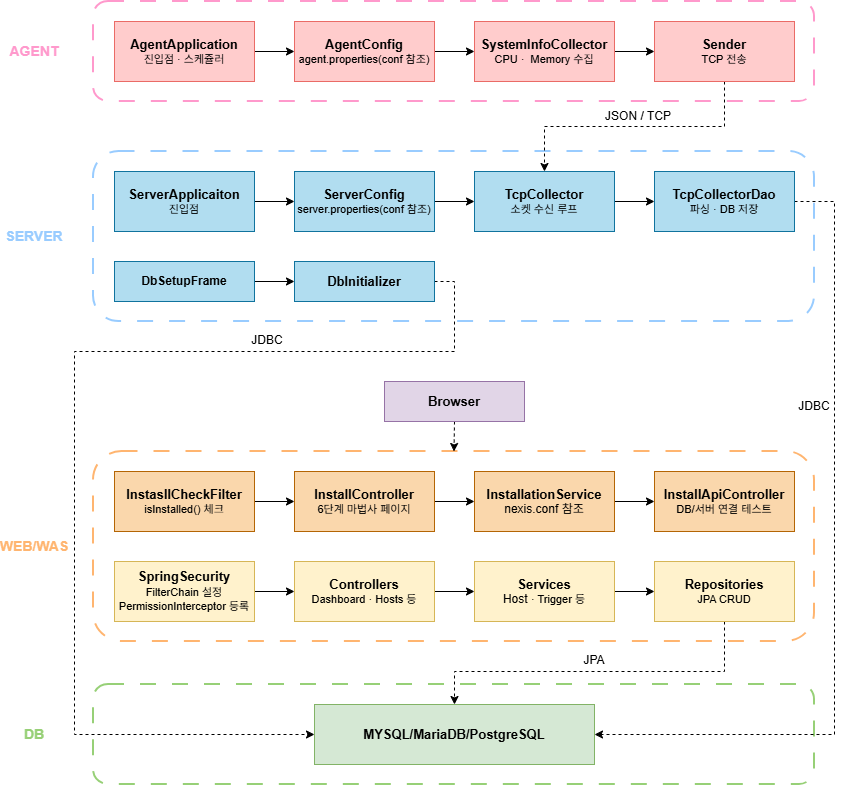
Before: assets/img/설계도.drawio.png, a diagram exported from draw.io (Hyein-Park-git/Portfolio). Source tidied: cells renumbered, new cells last; positions are measured from the earlier drawing's top-left corner, leaving out a move shared by most shapes.
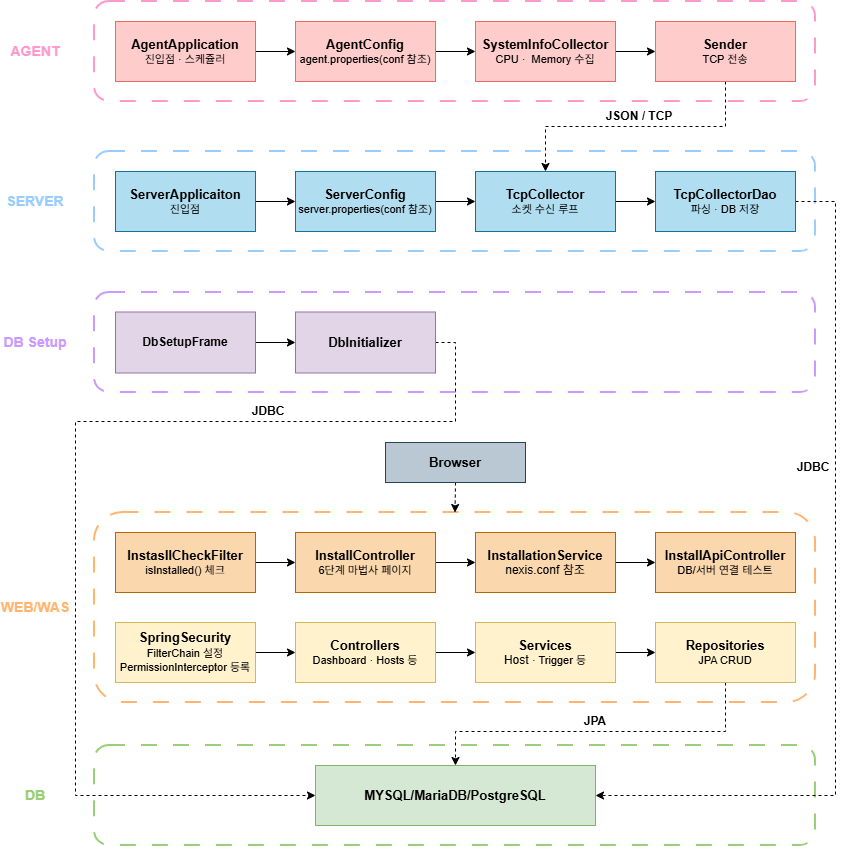
After the commit.

Change to the diagram source:
```diff
@@ -2,14 +2,17 @@
   <root>
     <mxCell id="0" />
     <mxCell id="1" parent="0" />
+    <mxCell id="52" style="rounded=1;whiteSpace=wrap;html=1;fillColor=none;dashed=1;strokeColor=#CC99FF;strokeWidth=2;dashPattern=8 8;" parent="1" vertex="1">
+      <mxGeometry x="89" y="291" width="721" height="100" as="geometry" />
+    </mxCell>
     <mxCell id="2" style="rounded=1;whiteSpace=wrap;html=1;fillColor=none;dashed=1;strokeColor=#97D077;strokeWidth=2;dashPattern=8 8;" parent="1" vertex="1">
-      <mxGeometry x="89" y="683" width="721" height="100" as="geometry" />
+      <mxGeometry x="89" y="744" width="721" height="100" as="geometry" />
     </mxCell>
     <mxCell id="3" style="rounded=1;whiteSpace=wrap;html=1;fillColor=none;dashed=1;strokeColor=#FFB570;strokeWidth=2;dashPattern=8 8;" parent="1" vertex="1">
-      <mxGeometry x="89" y="450" width="721" height="190" as="geometry" />
+      <mxGeometry x="89" y="511" width="721" height="190" as="geometry" />
     </mxCell>
     <mxCell id="4" style="rounded=1;whiteSpace=wrap;html=1;fillColor=none;dashed=1;strokeColor=#99CCFF;strokeWidth=2;dashPattern=8 8;" parent="1" vertex="1">
-      <mxGeometry x="89" y="150" width="721" height="170" as="geometry" />
+      <mxGeometry x="89" y="150" width="721" height="100" as="geometry" />
     </mxCell>
     <mxCell id="5" style="rounded=1;whiteSpace=wrap;html=1;fillColor=none;dashed=1;strokeColor=#FF99CC;strokeWidth=2;dashPattern=8 8;" parent="1" vertex="1">
       <mxGeometry x="89" width="721" height="100" as="geometry" />
@@ -56,11 +59,11 @@
     <mxCell id="19" value="&lt;font style=&quot;font-size: 13px;&quot;&gt;&lt;b&gt;TcpCollector&lt;/b&gt;&lt;/font&gt;&lt;div&gt;&lt;font style=&quot;font-size: 11px;&quot;&gt;소켓 수신 루프&lt;/font&gt;&lt;/div&gt;" style="rounded=0;whiteSpace=wrap;html=1;fillColor=#b1ddf0;strokeColor=#10739e;" parent="1" vertex="1">
       <mxGeometry x="470" y="170" width="140" height="60" as="geometry" />
     </mxCell>
-    <mxCell id="20" style="edgeStyle=orthogonalEdgeStyle;rounded=0;jettySize=auto;html=1;exitX=1;exitY=0.5;exitDx=0;exitDy=0;entryX=1;entryY=0.5;entryDx=0;entryDy=0;dashed=1;" parent="1" edge="1" source="21" target="43">
+    <mxCell id="20" style="edgeStyle=orthogonalEdgeStyle;rounded=0;jettySize=auto;html=1;exitX=1;exitY=0.5;exitDx=0;exitDy=0;entryX=1;entryY=0.5;entryDx=0;entryDy=0;dashed=1;entryPerimeter=0;" parent="1" edge="1" source="21" target="43">
       <mxGeometry relative="1" as="geometry">
         <Array as="points">
           <mxPoint x="830" y="200" />
-          <mxPoint x="830" y="733" />
+          <mxPoint x="830" y="794" />
         </Array>
       </mxGeometry>
     </mxCell>
@@ -70,106 +73,109 @@
     <mxCell id="22" style="edgeStyle=orthogonalEdgeStyle;rounded=0;jettySize=auto;html=1;exitX=1;exitY=0.5;exitDx=0;exitDy=0;entryX=0;entryY=0.5;entryDx=0;entryDy=0;" parent="1" edge="1" source="23" target="25">
       <mxGeometry relative="1" as="geometry" />
     </mxCell>
-    <mxCell id="23" value="&lt;b&gt;DbSetupFrame&lt;/b&gt;" style="rounded=0;whiteSpace=wrap;html=1;fillColor=#b1ddf0;strokeColor=#10739e;" parent="1" vertex="1">
-      <mxGeometry x="110" y="260" width="140" height="40" as="geometry" />
+    <mxCell id="23" value="&lt;b&gt;DbSetupFrame&lt;/b&gt;" style="rounded=0;whiteSpace=wrap;html=1;fillColor=#e1d5e7;strokeColor=#9673a6;" parent="1" vertex="1">
+      <mxGeometry x="110" y="310.5" width="140" height="61" as="geometry" />
     </mxCell>
     <mxCell id="24" style="edgeStyle=orthogonalEdgeStyle;rounded=0;jettySize=auto;html=1;exitX=1;exitY=0.5;exitDx=0;exitDy=0;dashed=1;entryX=0;entryY=0.5;entryDx=0;entryDy=0;" parent="1" edge="1" source="25" target="43">
       <mxGeometry relative="1" as="geometry">
         <Array as="points">
-          <mxPoint x="450" y="280" />
-          <mxPoint x="450" y="350" />
-          <mxPoint x="70" y="350" />
-          <mxPoint x="70" y="733" />
+          <mxPoint x="450" y="341" />
+          <mxPoint x="450" y="420" />
+          <mxPoint x="70" y="420" />
+          <mxPoint x="70" y="794" />
         </Array>
       </mxGeometry>
     </mxCell>
-    <mxCell id="25" value="&lt;b&gt;&lt;font style=&quot;font-size: 13px;&quot;&gt;DbInitializer&lt;/font&gt;&lt;/b&gt;" style="rounded=0;whiteSpace=wrap;html=1;fillColor=#b1ddf0;strokeColor=#10739e;" parent="1" vertex="1">
-      <mxGeometry x="290" y="260" width="140" height="40" as="geometry" />
+    <mxCell id="25" value="&lt;b&gt;&lt;font style=&quot;font-size: 13px;&quot;&gt;DbInitializer&lt;/font&gt;&lt;/b&gt;" style="rounded=0;whiteSpace=wrap;html=1;fillColor=#e1d5e7;strokeColor=#9673a6;" parent="1" vertex="1">
+      <mxGeometry x="290" y="310.5" width="140" height="61" as="geometry" />
     </mxCell>
     <mxCell id="26" style="edgeStyle=orthogonalEdgeStyle;rounded=0;jettySize=auto;html=1;exitX=1;exitY=0.5;exitDx=0;exitDy=0;" parent="1" edge="1" source="27" target="31">
       <mxGeometry relative="1" as="geometry" />
     </mxCell>
     <mxCell id="27" value="&lt;b&gt;&lt;font style=&quot;font-size: 13px;&quot;&gt;InstasllCheckFilter&lt;/font&gt;&lt;/b&gt;&lt;div&gt;&lt;font style=&quot;font-size: 11px;&quot;&gt;isInstalled() 체크&lt;/font&gt;&lt;/div&gt;" style="rounded=0;whiteSpace=wrap;html=1;fillColor=#fad7ac;strokeColor=#b46504;" parent="1" vertex="1">
-      <mxGeometry x="110" y="470" width="140" height="60" as="geometry" />
+      <mxGeometry x="110" y="531" width="140" height="60" as="geometry" />
     </mxCell>
     <mxCell id="28" style="edgeStyle=orthogonalEdgeStyle;rounded=0;jettySize=auto;html=1;exitX=0.5;exitY=1;exitDx=0;exitDy=0;entryX=0.5;entryY=0;entryDx=0;entryDy=0;dashed=1;" parent="1" edge="1" source="29">
       <mxGeometry relative="1" as="geometry">
-        <mxPoint x="449.5" y="450" as="targetPoint" />
+        <mxPoint x="449.5" y="511" as="targetPoint" />
       </mxGeometry>
     </mxCell>
-    <mxCell id="29" value="&lt;b&gt;&lt;font style=&quot;font-size: 13px;&quot;&gt;Browser&lt;/font&gt;&lt;/b&gt;" style="rounded=0;whiteSpace=wrap;html=1;fillColor=#e1d5e7;strokeColor=#9673a6;" parent="1" vertex="1">
-      <mxGeometry x="380" y="380" width="140" height="40" as="geometry" />
+    <mxCell id="29" value="&lt;b&gt;&lt;font style=&quot;font-size: 13px;&quot;&gt;Browser&lt;/font&gt;&lt;/b&gt;" style="rounded=0;whiteSpace=wrap;html=1;fillColor=#bac8d3;strokeColor=#23445d;" parent="1" vertex="1">
+      <mxGeometry x="380" y="441" width="140" height="40" as="geometry" />
     </mxCell>
     <mxCell id="30" style="edgeStyle=orthogonalEdgeStyle;rounded=0;jettySize=auto;html=1;exitX=1;exitY=0.5;exitDx=0;exitDy=0;" parent="1" edge="1" source="31" target="33">
       <mxGeometry relative="1" as="geometry" />
     </mxCell>
     <mxCell id="31" value="&lt;b&gt;&lt;font style=&quot;font-size: 13px;&quot;&gt;InstallController&lt;/font&gt;&lt;/b&gt;&lt;div&gt;&lt;font style=&quot;font-size: 11px;&quot;&gt;6단계 마법사 페이지&lt;/font&gt;&lt;/div&gt;" style="rounded=0;whiteSpace=wrap;html=1;fillColor=#fad7ac;strokeColor=#b46504;" parent="1" vertex="1">
-      <mxGeometry x="290" y="470" width="140" height="60" as="geometry" />
+      <mxGeometry x="290" y="531" width="140" height="60" as="geometry" />
     </mxCell>
     <mxCell id="32" style="edgeStyle=orthogonalEdgeStyle;rounded=0;jettySize=auto;html=1;exitX=1;exitY=0.5;exitDx=0;exitDy=0;entryX=0;entryY=0.5;entryDx=0;entryDy=0;" parent="1" edge="1" source="33" target="34">
       <mxGeometry relative="1" as="geometry" />
     </mxCell>
     <mxCell id="33" value="&lt;b&gt;&lt;font style=&quot;font-size: 13px;&quot;&gt;InstallationService&lt;/font&gt;&lt;/b&gt;&lt;div&gt;nexis.conf 참조&lt;/div&gt;" style="rounded=0;whiteSpace=wrap;html=1;fillColor=#fad7ac;strokeColor=#b46504;" parent="1" vertex="1">
-      <mxGeometry x="470" y="470" width="140" height="60" as="geometry" />
+      <mxGeometry x="470" y="531" width="140" height="60" as="geometry" />
     </mxCell>
     <mxCell id="34" value="&lt;b&gt;&lt;font style=&quot;font-size: 13px;&quot;&gt;InstallApiController&lt;/font&gt;&lt;/b&gt;&lt;div&gt;&lt;font style=&quot;font-size: 11px;&quot;&gt;DB/서버 연결 테스트&lt;/font&gt;&lt;/div&gt;" style="rounded=0;whiteSpace=wrap;html=1;fillColor=#fad7ac;strokeColor=#b46504;" parent="1" vertex="1">
-      <mxGeometry x="650" y="470" width="140" height="60" as="geometry" />
+      <mxGeometry x="650" y="531" width="140" height="60" as="geometry" />
     </mxCell>
     <mxCell id="35" style="edgeStyle=orthogonalEdgeStyle;rounded=0;jettySize=auto;html=1;exitX=1;exitY=0.5;exitDx=0;exitDy=0;" parent="1" edge="1" source="36" target="38">
       <mxGeometry relative="1" as="geometry" />
     </mxCell>
     <mxCell id="36" value="&lt;b&gt;&lt;font style=&quot;font-size: 13px;&quot;&gt;SpringSecurity&lt;/font&gt;&lt;/b&gt;&lt;div&gt;&lt;font style=&quot;font-size: 11px;&quot;&gt;FilterChain 설정&lt;/font&gt;&lt;/div&gt;&lt;div&gt;&lt;font style=&quot;font-size: 11px;&quot;&gt;PermissionInterceptor 등록&lt;/font&gt;&lt;/div&gt;" style="rounded=0;whiteSpace=wrap;html=1;fillColor=#fff2cc;strokeColor=#d6b656;" parent="1" vertex="1">
-      <mxGeometry x="110" y="560" width="140" height="60" as="geometry" />
+      <mxGeometry x="110" y="621" width="140" height="60" as="geometry" />
     </mxCell>
     <mxCell id="37" style="edgeStyle=orthogonalEdgeStyle;rounded=0;jettySize=auto;html=1;exitX=1;exitY=0.5;exitDx=0;exitDy=0;" parent="1" edge="1" source="38" target="40">
       <mxGeometry relative="1" as="geometry" />
     </mxCell>
     <mxCell id="38" value="&lt;b&gt;&lt;font style=&quot;font-size: 13px;&quot;&gt;Controllers&lt;/font&gt;&lt;/b&gt;&lt;div&gt;&lt;font style=&quot;font-size: 11px;&quot;&gt;Dashboard&amp;nbsp;&lt;/font&gt;&lt;span style=&quot;font-size: 11px; background-color: transparent; color: light-dark(rgb(0, 0, 0), rgb(255, 255, 255));&quot;&gt;· Hosts&amp;nbsp;&lt;/span&gt;&lt;span style=&quot;background-color: transparent; color: light-dark(rgb(0, 0, 0), rgb(255, 255, 255)); font-size: 11px;&quot;&gt;등&lt;/span&gt;&lt;/div&gt;" style="rounded=0;whiteSpace=wrap;html=1;fillColor=#fff2cc;strokeColor=#d6b656;" parent="1" vertex="1">
-      <mxGeometry x="290" y="560" width="140" height="60" as="geometry" />
+      <mxGeometry x="290" y="621" width="140" height="60" as="geometry" />
     </mxCell>
     <mxCell id="39" style="edgeStyle=orthogonalEdgeStyle;rounded=0;jettySize=auto;html=1;exitX=1;exitY=0.5;exitDx=0;exitDy=0;" parent="1" edge="1" source="40" target="42">
       <mxGeometry relative="1" as="geometry" />
     </mxCell>
     <mxCell id="40" value="&lt;b&gt;&lt;font style=&quot;font-size: 13px;&quot;&gt;Services&lt;/font&gt;&lt;/b&gt;&lt;div&gt;Host&amp;nbsp;&lt;span style=&quot;font-size: 11px; background-color: transparent; color: light-dark(rgb(0, 0, 0), rgb(255, 255, 255));&quot;&gt;· Trigger&amp;nbsp;&lt;/span&gt;&lt;span style=&quot;font-size: 11px; background-color: transparent; color: light-dark(rgb(0, 0, 0), rgb(255, 255, 255));&quot;&gt;등&lt;/span&gt;&lt;/div&gt;" style="rounded=0;whiteSpace=wrap;html=1;fillColor=#fff2cc;strokeColor=#d6b656;" parent="1" vertex="1">
-      <mxGeometry x="470" y="560" width="140" height="60" as="geometry" />
+      <mxGeometry x="470" y="621" width="140" height="60" as="geometry" />
     </mxCell>
     <mxCell id="41" style="edgeStyle=orthogonalEdgeStyle;rounded=0;jettySize=auto;html=1;exitX=0.5;exitY=1;exitDx=0;exitDy=0;entryX=0.5;entryY=0;entryDx=0;entryDy=0;dashed=1;" parent="1" edge="1" source="42" target="43">
       <mxGeometry relative="1" as="geometry">
         <Array as="points">
-          <mxPoint x="720" y="670" />
-          <mxPoint x="450" y="670" />
+          <mxPoint x="720" y="730" />
+          <mxPoint x="450" y="730" />
         </Array>
       </mxGeometry>
     </mxCell>
     <mxCell id="42" value="&lt;b&gt;&lt;font style=&quot;font-size: 13px;&quot;&gt;Repositories&lt;/font&gt;&lt;/b&gt;&lt;div&gt;&lt;font style=&quot;font-size: 11px;&quot;&gt;JPA CRUD&lt;/font&gt;&lt;/div&gt;" style="rounded=0;whiteSpace=wrap;html=1;fillColor=#fff2cc;strokeColor=#d6b656;" parent="1" vertex="1">
-      <mxGeometry x="650" y="560" width="140" height="60" as="geometry" />
+      <mxGeometry x="650" y="621" width="140" height="60" as="geometry" />
     </mxCell>
     <mxCell id="43" value="&lt;b&gt;&lt;font style=&quot;font-size: 13px;&quot;&gt;MYSQL/MariaDB/PostgreSQL&lt;/font&gt;&lt;/b&gt;" style="rounded=0;whiteSpace=wrap;html=1;fillColor=#d5e8d4;strokeColor=#82b366;" parent="1" vertex="1">
-      <mxGeometry x="310" y="703" width="280" height="60" as="geometry" />
+      <mxGeometry x="310" y="764" width="280" height="60" as="geometry" />
     </mxCell>
-    <mxCell id="44" value="JSON / TCP" style="text;html=1;whiteSpace=wrap;strokeColor=none;fillColor=none;align=center;verticalAlign=middle;rounded=0;" parent="1" vertex="1">
+    <mxCell id="44" value="&lt;b&gt;JSON / TCP&lt;/b&gt;" style="text;html=1;whiteSpace=wrap;strokeColor=none;fillColor=none;align=center;verticalAlign=middle;rounded=0;" parent="1" vertex="1">
       <mxGeometry x="599" y="100" width="70" height="30" as="geometry" />
     </mxCell>
-    <mxCell id="45" value="JDBC" style="text;html=1;whiteSpace=wrap;strokeColor=none;fillColor=none;align=center;verticalAlign=middle;rounded=0;" parent="1" vertex="1">
-      <mxGeometry x="233" y="324" width="60" height="30" as="geometry" />
+    <mxCell id="45" value="&lt;b&gt;JDBC&lt;/b&gt;" style="text;html=1;whiteSpace=wrap;strokeColor=none;fillColor=none;align=center;verticalAlign=middle;rounded=0;" parent="1" vertex="1">
+      <mxGeometry x="233" y="395" width="60" height="30" as="geometry" />
     </mxCell>
-    <mxCell id="46" value="JPA" style="text;html=1;whiteSpace=wrap;strokeColor=none;fillColor=none;align=center;verticalAlign=middle;rounded=0;" parent="1" vertex="1">
-      <mxGeometry x="560" y="644" width="60" height="30" as="geometry" />
+    <mxCell id="46" value="&lt;b&gt;JPA&lt;/b&gt;" style="text;html=1;whiteSpace=wrap;strokeColor=none;fillColor=none;align=center;verticalAlign=middle;rounded=0;" parent="1" vertex="1">
+      <mxGeometry x="560" y="705" width="60" height="30" as="geometry" />
     </mxCell>
     <mxCell id="47" value="&lt;b&gt;&lt;font style=&quot;color: rgb(255, 153, 204); font-size: 14px;&quot;&gt;AGENT&lt;/font&gt;&lt;/b&gt;" style="text;html=1;whiteSpace=wrap;strokeColor=none;fillColor=none;align=center;verticalAlign=middle;rounded=0;" parent="1" vertex="1">
       <mxGeometry y="35" width="60" height="30" as="geometry" />
     </mxCell>
     <mxCell id="48" value="&lt;font style=&quot;color: rgb(153, 204, 255); font-size: 14px;&quot;&gt;&lt;b&gt;SERVER&lt;/b&gt;&lt;/font&gt;" style="text;html=1;whiteSpace=wrap;strokeColor=none;fillColor=none;align=center;verticalAlign=middle;rounded=0;" parent="1" vertex="1">
-      <mxGeometry y="220" width="60" height="30" as="geometry" />
+      <mxGeometry y="185" width="60" height="30" as="geometry" />
     </mxCell>
     <mxCell id="49" value="&lt;font style=&quot;color: rgb(255, 181, 112); font-size: 14px;&quot;&gt;&lt;b&gt;WEB/WAS&lt;/b&gt;&lt;/font&gt;" style="text;html=1;whiteSpace=wrap;strokeColor=none;fillColor=none;align=center;verticalAlign=middle;rounded=0;" parent="1" vertex="1">
-      <mxGeometry y="530" width="60" height="30" as="geometry" />
+      <mxGeometry y="591" width="60" height="30" as="geometry" />
     </mxCell>
     <mxCell id="50" value="&lt;font style=&quot;color: rgb(151, 208, 119); font-size: 14px;&quot;&gt;&lt;b&gt;DB&lt;/b&gt;&lt;/font&gt;" style="text;html=1;whiteSpace=wrap;strokeColor=none;fillColor=none;align=center;verticalAlign=middle;rounded=0;" parent="1" vertex="1">
-      <mxGeometry y="718" width="60" height="30" as="geometry" />
+      <mxGeometry y="779" width="60" height="30" as="geometry" />
     </mxCell>
-    <mxCell id="51" value="JDBC" style="text;html=1;whiteSpace=wrap;strokeColor=none;fillColor=none;align=center;verticalAlign=middle;rounded=0;" parent="1" vertex="1">
-      <mxGeometry x="780" y="390" width="60" height="30" as="geometry" />
+    <mxCell id="51" value="&lt;b&gt;JDBC&lt;/b&gt;" style="text;html=1;whiteSpace=wrap;strokeColor=none;fillColor=none;align=center;verticalAlign=middle;rounded=0;" parent="1" vertex="1">
+      <mxGeometry x="778" y="451" width="60" height="30" as="geometry" />
     </mxCell>
+    <mxCell id="53" value="&lt;font style=&quot;font-size: 14px; color: rgb(204, 153, 255);&quot;&gt;&lt;b style=&quot;&quot;&gt;DB Setup&lt;/b&gt;&lt;/font&gt;" style="text;html=1;whiteSpace=wrap;strokeColor=none;fillColor=none;align=center;verticalAlign=middle;rounded=0;" parent="1" vertex="1">
+      <mxGeometry x="-5" y="326" width="70" height="30" as="geometry" />
+    </mxCell>
   </root>
 </mxGraphModel>
```
